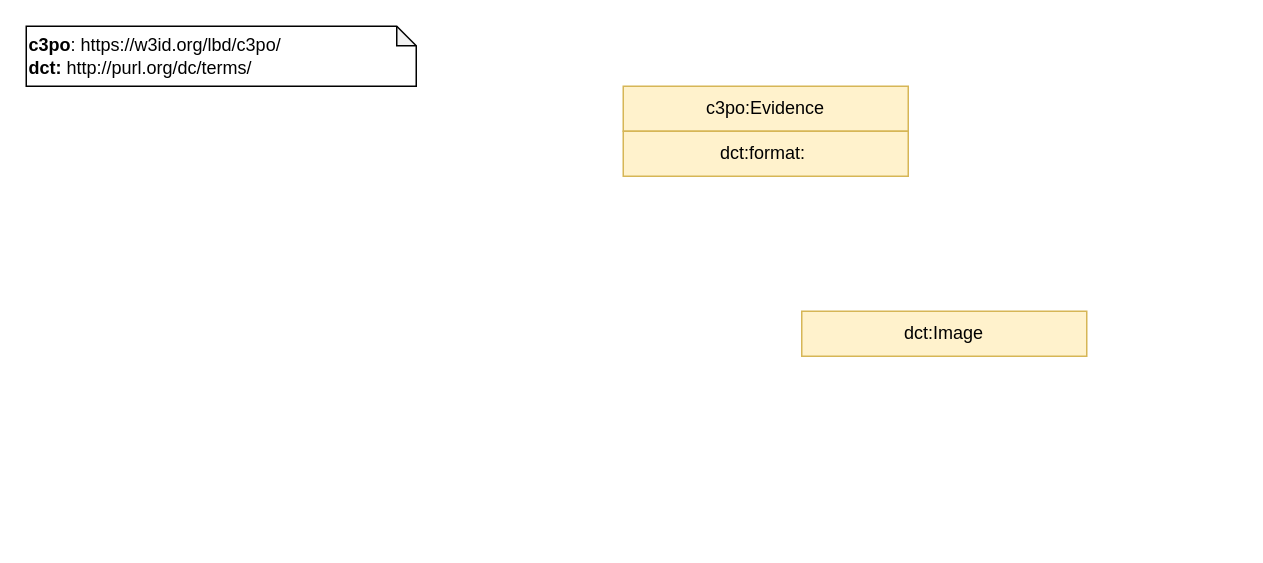
Earlier version of the draw.io diagram page "evidence" (2 of 6) of c3po.drawio (Accord-Project/aec3po). Source tidied: cells renumbered, new cells numbered last; positions are measured from the earlier drawing's top-left corner, leaving out a move shared by most shapes. Both pictures are drawn from the tidied source at 150%, with x=0, y=0 at pixel (26, 26).
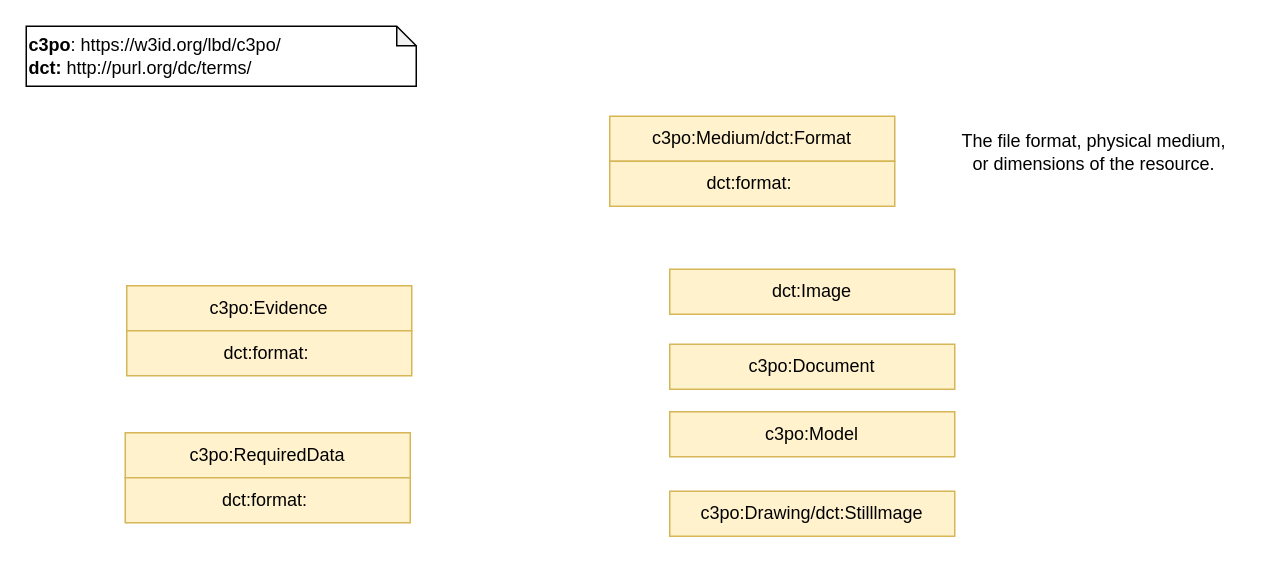
The same diagram, later.

Change to the diagram source:
```diff
@@
 <mxGraphModel>
   <root>
     <mxCell id="0" />
     <mxCell id="1" parent="0" />
     <mxCell id="2" value="&lt;b&gt;c3po&lt;/b&gt;&lt;span style=&quot;background-color: initial;&quot;&gt;: https://w3id.org/lbd/c3po/&lt;/span&gt;&lt;b&gt;&lt;br&gt;&lt;/b&gt;&lt;b style=&quot;background-color: initial;&quot;&gt;dct:&lt;/b&gt;&lt;span style=&quot;background-color: initial;&quot;&gt;&amp;nbsp;&lt;/span&gt;http://purl.org/dc/terms/" style="shape=note;whiteSpace=wrap;html=1;backgroundOutline=1;darkOpacity=0.05;size=13;align=left;" parent="1" vertex="1">
       <mxGeometry width="260" height="40" as="geometry" />
     </mxCell>
     <mxCell id="3" value="dct:Image" style="rounded=0;whiteSpace=wrap;html=1;fillColor=#fff2cc;strokeColor=#d6b656;" parent="1" vertex="1">
-      <mxGeometry x="517" y="190" width="190" height="30" as="geometry" />
+      <mxGeometry x="429" y="162" width="190" height="30" as="geometry" />
     </mxCell>
     <mxCell id="4" value="c3po:Evidence" style="rounded=0;whiteSpace=wrap;html=1;fillColor=#fff2cc;strokeColor=#d6b656;" parent="1" vertex="1">
-      <mxGeometry x="398" y="40" width="190" height="30" as="geometry" />
+      <mxGeometry x="67" y="173" width="190" height="30" as="geometry" />
     </mxCell>
     <mxCell id="5" value="dct:format:&amp;nbsp;" style="rounded=0;whiteSpace=wrap;html=1;fillColor=#fff2cc;strokeColor=#d6b656;" parent="1" vertex="1">
-      <mxGeometry x="398" y="70" width="190" height="30" as="geometry" />
+      <mxGeometry x="67" y="203" width="190" height="30" as="geometry" />
     </mxCell>
+    <mxCell id="6" value="c3po:Medium/dct:Format" style="rounded=0;whiteSpace=wrap;html=1;fillColor=#fff2cc;strokeColor=#d6b656;" parent="1" vertex="1">
+      <mxGeometry x="389" y="60" width="190" height="30" as="geometry" />
+    </mxCell>
+    <mxCell id="7" value="dct:format:&amp;nbsp;" style="rounded=0;whiteSpace=wrap;html=1;fillColor=#fff2cc;strokeColor=#d6b656;" parent="1" vertex="1">
+      <mxGeometry x="389" y="90" width="190" height="30" as="geometry" />
+    </mxCell>
+    <mxCell id="8" value="c3po:Document" style="rounded=0;whiteSpace=wrap;html=1;fillColor=#fff2cc;strokeColor=#d6b656;" parent="1" vertex="1">
+      <mxGeometry x="429" y="212" width="190" height="30" as="geometry" />
+    </mxCell>
+    <mxCell id="9" value="The file format, physical medium, or dimensions of the resource." style="text;html=1;strokeColor=none;fillColor=none;align=center;verticalAlign=middle;whiteSpace=wrap;rounded=0;" parent="1" vertex="1">
+      <mxGeometry x="617" y="69" width="190" height="30" as="geometry" />
+    </mxCell>
+    <mxCell id="10" value="c3po:Model" style="rounded=0;whiteSpace=wrap;html=1;fillColor=#fff2cc;strokeColor=#d6b656;" parent="1" vertex="1">
+      <mxGeometry x="429" y="257" width="190" height="30" as="geometry" />
+    </mxCell>
+    <mxCell id="11" value="c3po:Drawing/dct:Stilllmage" style="rounded=0;whiteSpace=wrap;html=1;fillColor=#fff2cc;strokeColor=#d6b656;" parent="1" vertex="1">
+      <mxGeometry x="429" y="310" width="190" height="30" as="geometry" />
+    </mxCell>
+    <mxCell id="12" value="c3po:RequiredData" style="rounded=0;whiteSpace=wrap;html=1;fillColor=#fff2cc;strokeColor=#d6b656;" parent="1" vertex="1">
+      <mxGeometry x="66" y="271" width="190" height="30" as="geometry" />
+    </mxCell>
+    <mxCell id="13" value="dct:format:&amp;nbsp;" style="rounded=0;whiteSpace=wrap;html=1;fillColor=#fff2cc;strokeColor=#d6b656;" parent="1" vertex="1">
+      <mxGeometry x="66" y="301" width="190" height="30" as="geometry" />
+    </mxCell>
   </root>
 </mxGraphModel>
```
